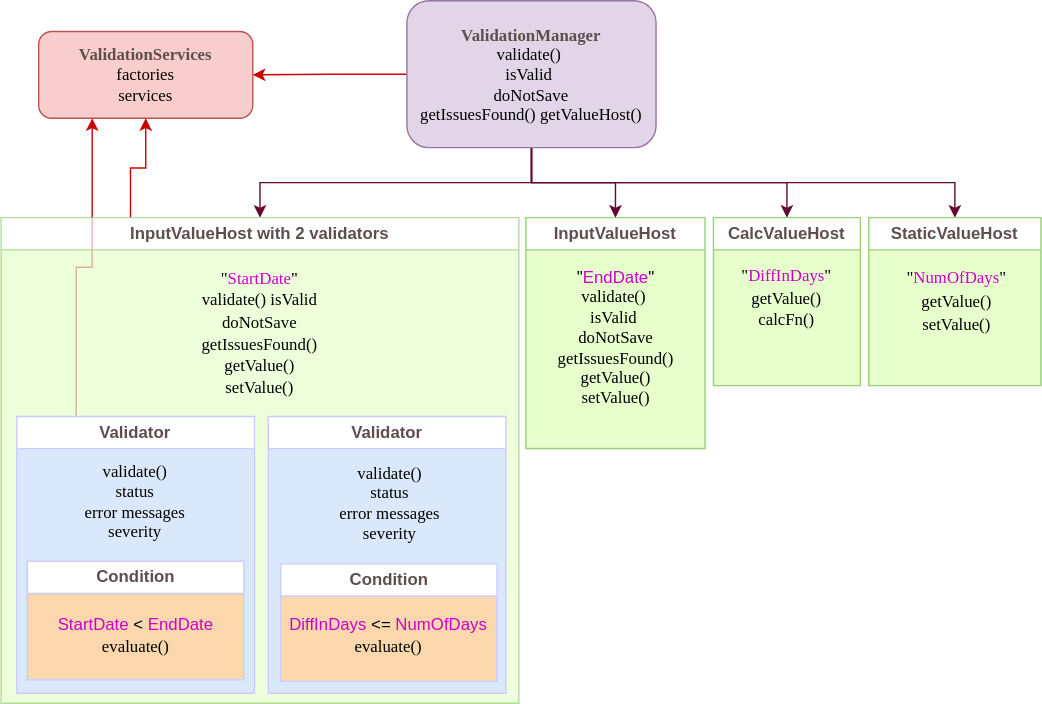
Before: docs/images/Class_overview.svg, a diagram exported from draw.io (plblum/jivs). Source tidied: cells renumbered, new cells last; positions are measured from the earlier drawing's top-left corner, leaving out a move shared by most shapes. Source of this version:
```xml
<mxGraphModel>
  <root>
    <mxCell id="0" />
    <mxCell id="1" parent="0" />
    <mxCell id="2" style="edgeStyle=orthogonalEdgeStyle;rounded=0;jettySize=auto;html=1;exitX=0;exitY=0.75;exitDx=0;exitDy=0;entryX=0.25;entryY=1;entryDx=0;entryDy=0;strokeColor=#CC0000;" parent="1" edge="1" source="16" target="13">
      <mxGeometry relative="1" as="geometry" />
    </mxCell>
    <mxCell id="3" value="CalcValueHost" style="swimlane;whiteSpace=wrap;html=1;startSize=23;strokeColor=#97D077;fontColor=#5E4E4E;swimlaneFillColor=#E6FFCC;" parent="1" vertex="1">
      <mxGeometry x="512" y="155" width="105" height="120" as="geometry" />
    </mxCell>
    <mxCell id="4" value="&lt;p style=&quot;line-height: 130%;&quot;&gt;&quot;&lt;font color=&quot;#cc00cc&quot;&gt;DiffInDays&lt;/font&gt;&quot;&lt;br&gt;&lt;font face=&quot;Lucida Console&quot;&gt;getValue()&lt;br&gt;&lt;/font&gt;calcFn()&lt;font face=&quot;Lucida Console&quot;&gt;&lt;br&gt;&lt;/font&gt;&lt;/p&gt;" style="rounded=0;whiteSpace=wrap;html=1;shadow=0;comic=0;labelBackgroundColor=none;strokeWidth=1;fontFamily=Verdana;fontSize=12;align=center;fillColor=none;strokeColor=none;" parent="3" vertex="1">
      <mxGeometry x="8" y="28" width="89" height="59" as="geometry" />
    </mxCell>
    <mxCell id="5" value="&lt;font&gt;InputValueHost&lt;/font&gt;" style="swimlane;whiteSpace=wrap;html=1;strokeColor=#97D077;fontColor=#5E4E4E;swimlaneFillColor=#E6FFCC;" parent="1" vertex="1">
      <mxGeometry x="378" y="155" width="128" height="165" as="geometry" />
    </mxCell>
    <mxCell id="6" value="&quot;&lt;font color=&quot;#cc00cc&quot;&gt;EndDate&lt;/font&gt;&quot;&lt;br&gt;&lt;font face=&quot;Lucida Console&quot;&gt;validate()&amp;nbsp;&lt;/font&gt;&lt;div&gt;&lt;font face=&quot;Lucida Console&quot;&gt;isValid&amp;nbsp;&lt;/font&gt;&lt;/div&gt;&lt;div&gt;&lt;font face=&quot;Lucida Console&quot;&gt;doNotSave getIssuesFound()&lt;br&gt;getValue()&lt;br&gt;setValue()&lt;/font&gt;&lt;br&gt;&lt;/div&gt;" style="rounded=0;html=1;shadow=0;comic=0;strokeWidth=1;align=center;fillColor=none;strokeColor=none;whiteSpace=wrap;spacing=2;verticalAlign=top;" parent="5" vertex="1">
      <mxGeometry x="3.5" y="29" width="121" height="113" as="geometry" />
    </mxCell>
    <mxCell id="7" style="edgeStyle=orthogonalEdgeStyle;rounded=0;jettySize=auto;html=1;exitX=0.5;exitY=1;exitDx=0;exitDy=0;entryX=0.5;entryY=0;entryDx=0;entryDy=0;strokeColor=#660831;" parent="1" edge="1" source="12" target="15">
      <mxGeometry relative="1" as="geometry" />
    </mxCell>
    <mxCell id="8" style="edgeStyle=orthogonalEdgeStyle;rounded=0;jettySize=auto;html=1;exitX=0.5;exitY=1;exitDx=0;exitDy=0;entryX=0.5;entryY=0;entryDx=0;entryDy=0;strokeColor=#660831;" parent="1" edge="1" source="12" target="5">
      <mxGeometry relative="1" as="geometry" />
    </mxCell>
    <mxCell id="9" style="edgeStyle=orthogonalEdgeStyle;rounded=0;jettySize=auto;html=1;exitX=0.5;exitY=1;exitDx=0;exitDy=0;entryX=0.5;entryY=0;entryDx=0;entryDy=0;strokeColor=#660831;" parent="1" edge="1" source="12" target="3">
      <mxGeometry relative="1" as="geometry" />
    </mxCell>
    <mxCell id="10" style="edgeStyle=orthogonalEdgeStyle;rounded=0;jettySize=auto;html=1;exitX=0.5;exitY=1;exitDx=0;exitDy=0;entryX=0.5;entryY=0;entryDx=0;entryDy=0;strokeColor=#660831;" parent="1" edge="1" source="12" target="25">
      <mxGeometry relative="1" as="geometry" />
    </mxCell>
    <mxCell id="11" style="edgeStyle=orthogonalEdgeStyle;rounded=0;jettySize=auto;html=1;exitX=0;exitY=0.5;exitDx=0;exitDy=0;strokeColor=#CC0000;" parent="1" edge="1" source="12" target="13">
      <mxGeometry relative="1" as="geometry" />
    </mxCell>
    <mxCell id="12" value="&lt;font color=&quot;#5e4e4e&quot; face=&quot;Verdana&quot;&gt;&lt;b&gt;ValidationManager&lt;/b&gt;&lt;/font&gt;&lt;br&gt;validate()&amp;nbsp;&lt;br&gt;isValid&amp;nbsp;&lt;br&gt;doNotSave&lt;br&gt;getIssuesFound() getValueHost()" style="whiteSpace=wrap;rounded=1;comic=0;labelBackgroundColor=none;strokeWidth=1;fontFamily=Lucida Console;fontSize=12;align=center;fillColor=#e1d5e7;strokeColor=#9673a6;html=1;" parent="1" vertex="1">
      <mxGeometry x="293" width="178" height="105" as="geometry" />
    </mxCell>
    <mxCell id="13" value="&lt;b style=&quot;color: rgb(94, 78, 78);&quot;&gt;ValidationServices&lt;/b&gt;&lt;br&gt;factories&lt;br&gt;services" style="whiteSpace=wrap;html=1;rounded=1;shadow=0;comic=0;labelBackgroundColor=none;strokeWidth=1;fontFamily=Verdana;fontSize=12;align=center;fillColor=#f8cecc;strokeColor=#b85450;" parent="1" vertex="1">
      <mxGeometry x="29.9" y="22" width="153" height="62" as="geometry" />
    </mxCell>
    <mxCell id="14" style="edgeStyle=orthogonalEdgeStyle;rounded=0;jettySize=auto;html=1;exitX=0.25;exitY=0;exitDx=0;exitDy=0;entryX=0.5;entryY=1;entryDx=0;entryDy=0;strokeColor=#CC0000;" parent="1" edge="1" source="15" target="13">
      <mxGeometry relative="1" as="geometry" />
    </mxCell>
    <mxCell id="15" value="&lt;font color=&quot;#5e4e4e&quot;&gt;InputValueHost with 2 validators&lt;/font&gt;" style="swimlane;whiteSpace=wrap;html=1;strokeColor=#97D077;fontColor=#006600;opacity=70;swimlaneFillColor=#E6FFCC;" parent="1" vertex="1">
      <mxGeometry x="3" y="155" width="370" height="347" as="geometry" />
    </mxCell>
    <mxCell id="16" value="Validator" style="swimlane;horizontal=0;whiteSpace=wrap;html=1;rotation=90;strokeColor=#CCCCFF;fontColor=#5E4E4E;swimlaneFillColor=#DAE8FC;" parent="15" vertex="1">
      <mxGeometry x="-2.7" y="156" width="197.7" height="169.8" as="geometry" />
    </mxCell>
    <mxCell id="17" value="&lt;div&gt;Condition&lt;/div&gt;" style="swimlane;horizontal=0;whiteSpace=wrap;html=1;rotation=90;strokeColor=#CCCCFF;fontColor=#5E4E4E;startSize=23;swimlaneFillColor=#FAD7AC;" parent="15" vertex="1">
      <mxGeometry x="53.8" y="210.6" width="84.7" height="154.6" as="geometry" />
    </mxCell>
    <mxCell id="18" value="&lt;p style=&quot;line-height: 130%;&quot;&gt;&lt;font color=&quot;#cc00cc&quot;&gt;StartDate &lt;/font&gt;&amp;lt; &lt;font color=&quot;#cc00cc&quot;&gt;EndDate&lt;/font&gt;&lt;br&gt;&lt;font face=&quot;Lucida Console&quot;&gt;evaluate()&lt;/font&gt;&lt;/p&gt;" style="whiteSpace=wrap;html=1;rotation=0;fillColor=none;strokeColor=none;rounded=0;" parent="17" vertex="1">
      <mxGeometry x="-25.5" y="69.9" width="137" height="37" as="geometry" />
    </mxCell>
    <mxCell id="19" value="validate()&#10;status&#10;error messages&#10;severity" style="whiteSpace=wrap;rounded=0;shadow=0;comic=0;labelBackgroundColor=none;strokeWidth=1;fontFamily=Lucida Console;fontSize=12;align=center;rotation=0;fillColor=none;strokeColor=none;" parent="15" vertex="1">
      <mxGeometry x="34.3" y="166.4" width="123.5" height="72.6" as="geometry" />
    </mxCell>
    <mxCell id="20" value="&lt;p style=&quot;line-height: 130%;&quot;&gt;&quot;&lt;font color=&quot;#cc00cc&quot;&gt;StartDate&lt;/font&gt;&quot;&lt;br&gt;&lt;font face=&quot;Lucida Console&quot;&gt;validate() isValid doNotSave getIssuesFound()&lt;br&gt;getValue()&lt;br&gt;setValue()&lt;br&gt;&lt;/font&gt;&lt;/p&gt;" style="rounded=0;whiteSpace=wrap;html=1;shadow=0;comic=0;labelBackgroundColor=none;strokeWidth=1;fontFamily=Verdana;fontSize=12;align=center;fillColor=none;strokeColor=none;" parent="15" vertex="1">
      <mxGeometry x="125" y="23" width="120" height="120" as="geometry" />
    </mxCell>
    <mxCell id="21" value="Validator" style="swimlane;horizontal=0;whiteSpace=wrap;html=1;rotation=90;strokeColor=#CCCCFF;fontColor=#5E4E4E;swimlaneFillColor=#DAE8FC;" parent="1" vertex="1">
      <mxGeometry x="180" y="311" width="197.7" height="169.8" as="geometry" />
    </mxCell>
    <mxCell id="22" value="&lt;div&gt;Condition&lt;/div&gt;" style="swimlane;horizontal=0;whiteSpace=wrap;html=1;rotation=90;strokeColor=#CCCCFF;fontColor=#5E4E4E;startSize=23;swimlaneFillColor=#FAD7AC;" parent="21" vertex="1">
      <mxGeometry x="58.1" y="56.1" width="84" height="154.6" as="geometry" />
    </mxCell>
    <mxCell id="23" value="&lt;p style=&quot;line-height: 130%;&quot;&gt;&lt;font color=&quot;#cc00cc&quot;&gt;DiffInDays &lt;/font&gt;&amp;lt;= &lt;font color=&quot;#cc00cc&quot;&gt;NumOfDays&lt;/font&gt;&lt;br&gt;&lt;font face=&quot;Lucida Console&quot;&gt;evaluate()&lt;/font&gt;&lt;/p&gt;" style="whiteSpace=wrap;html=1;rotation=0;fillColor=none;strokeColor=none;rounded=0;" parent="22" vertex="1">
      <mxGeometry x="-30.1" y="68.4" width="144" height="37" as="geometry" />
    </mxCell>
    <mxCell id="24" value="validate()&#10;status&#10;error messages&#10;severity" style="whiteSpace=wrap;rounded=0;shadow=0;comic=0;labelBackgroundColor=none;strokeWidth=1;fontFamily=Lucida Console;fontSize=12;align=center;rotation=0;fillColor=none;strokeColor=none;" parent="21" vertex="1">
      <mxGeometry x="39" y="10.4" width="123.5" height="75.6" as="geometry" />
    </mxCell>
    <mxCell id="25" value="StaticValueHost" style="swimlane;whiteSpace=wrap;html=1;strokeColor=#97D077;swimlaneLine=1;fontColor=#5E4E4E;swimlaneFillColor=#E6FFCC;" parent="1" vertex="1">
      <mxGeometry x="623" y="155" width="123" height="120" as="geometry" />
    </mxCell>
    <mxCell id="26" value="&lt;p style=&quot;line-height: 140%;&quot;&gt;&quot;&lt;font color=&quot;#cc00cc&quot;&gt;NumOfDays&lt;/font&gt;&quot;&lt;br&gt;&lt;font face=&quot;Lucida Console&quot;&gt;getValue()&lt;br style=&quot;border-color: var(--border-color);&quot;&gt;&lt;/font&gt;&lt;span style=&quot;font-family: &amp;quot;Lucida Console&amp;quot;;&quot;&gt;setValue()&lt;/span&gt;&lt;/p&gt;" style="rounded=0;whiteSpace=wrap;html=1;shadow=0;comic=0;labelBackgroundColor=none;strokeWidth=1;fontFamily=Verdana;fontSize=12;align=center;fillColor=none;strokeColor=none;" parent="25" vertex="1">
      <mxGeometry x="16" y="30" width="94" height="59" as="geometry" />
    </mxCell>
  </root>
</mxGraphModel>
```
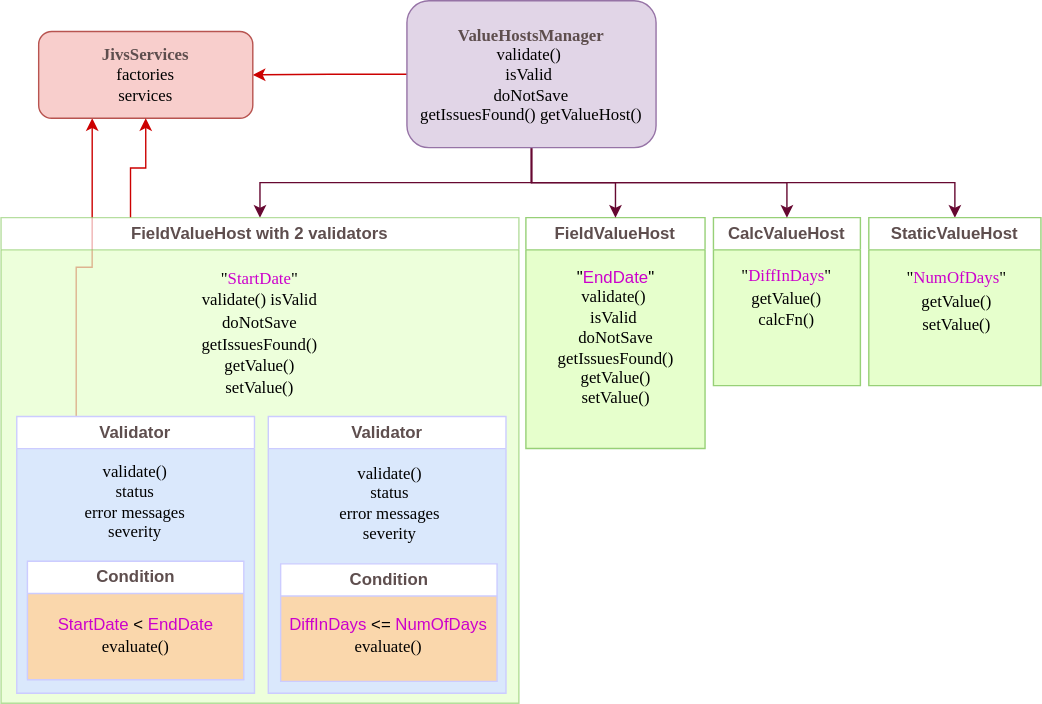
The same diagram one commit later.

What changed in the source:
```diff
@@ -11,7 +11,7 @@
     <mxCell id="4" value="&lt;p style=&quot;line-height: 130%;&quot;&gt;&quot;&lt;font color=&quot;#cc00cc&quot;&gt;DiffInDays&lt;/font&gt;&quot;&lt;br&gt;&lt;font face=&quot;Lucida Console&quot;&gt;getValue()&lt;br&gt;&lt;/font&gt;calcFn()&lt;font face=&quot;Lucida Console&quot;&gt;&lt;br&gt;&lt;/font&gt;&lt;/p&gt;" style="rounded=0;whiteSpace=wrap;html=1;shadow=0;comic=0;labelBackgroundColor=none;strokeWidth=1;fontFamily=Verdana;fontSize=12;align=center;fillColor=none;strokeColor=none;" parent="3" vertex="1">
       <mxGeometry x="8" y="28" width="89" height="59" as="geometry" />
     </mxCell>
-    <mxCell id="5" value="&lt;font&gt;InputValueHost&lt;/font&gt;" style="swimlane;whiteSpace=wrap;html=1;strokeColor=#97D077;fontColor=#5E4E4E;swimlaneFillColor=#E6FFCC;" parent="1" vertex="1">
+    <mxCell id="5" value="&lt;font&gt;FieldValueHost&lt;/font&gt;" style="swimlane;whiteSpace=wrap;html=1;strokeColor=#97D077;fontColor=#5E4E4E;swimlaneFillColor=#E6FFCC;" parent="1" vertex="1">
       <mxGeometry x="378" y="155" width="128" height="165" as="geometry" />
     </mxCell>
     <mxCell id="6" value="&quot;&lt;font color=&quot;#cc00cc&quot;&gt;EndDate&lt;/font&gt;&quot;&lt;br&gt;&lt;font face=&quot;Lucida Console&quot;&gt;validate()&amp;nbsp;&lt;/font&gt;&lt;div&gt;&lt;font face=&quot;Lucida Console&quot;&gt;isValid&amp;nbsp;&lt;/font&gt;&lt;/div&gt;&lt;div&gt;&lt;font face=&quot;Lucida Console&quot;&gt;doNotSave getIssuesFound()&lt;br&gt;getValue()&lt;br&gt;setValue()&lt;/font&gt;&lt;br&gt;&lt;/div&gt;" style="rounded=0;html=1;shadow=0;comic=0;strokeWidth=1;align=center;fillColor=none;strokeColor=none;whiteSpace=wrap;spacing=2;verticalAlign=top;" parent="5" vertex="1">
@@ -32,16 +32,16 @@
     <mxCell id="11" style="edgeStyle=orthogonalEdgeStyle;rounded=0;jettySize=auto;html=1;exitX=0;exitY=0.5;exitDx=0;exitDy=0;strokeColor=#CC0000;" parent="1" edge="1" source="12" target="13">
       <mxGeometry relative="1" as="geometry" />
     </mxCell>
-    <mxCell id="12" value="&lt;font color=&quot;#5e4e4e&quot; face=&quot;Verdana&quot;&gt;&lt;b&gt;ValidationManager&lt;/b&gt;&lt;/font&gt;&lt;br&gt;validate()&amp;nbsp;&lt;br&gt;isValid&amp;nbsp;&lt;br&gt;doNotSave&lt;br&gt;getIssuesFound() getValueHost()" style="whiteSpace=wrap;rounded=1;comic=0;labelBackgroundColor=none;strokeWidth=1;fontFamily=Lucida Console;fontSize=12;align=center;fillColor=#e1d5e7;strokeColor=#9673a6;html=1;" parent="1" vertex="1">
+    <mxCell id="12" value="&lt;font color=&quot;#5e4e4e&quot; face=&quot;Verdana&quot;&gt;&lt;b&gt;ValueHostsManager&lt;/b&gt;&lt;/font&gt;&lt;br&gt;validate()&amp;nbsp;&lt;br&gt;isValid&amp;nbsp;&lt;br&gt;doNotSave&lt;br&gt;getIssuesFound() getValueHost()" style="whiteSpace=wrap;rounded=1;comic=0;labelBackgroundColor=none;strokeWidth=1;fontFamily=Lucida Console;fontSize=12;align=center;fillColor=#e1d5e7;strokeColor=#9673a6;html=1;" parent="1" vertex="1">
       <mxGeometry x="293" width="178" height="105" as="geometry" />
     </mxCell>
-    <mxCell id="13" value="&lt;b style=&quot;color: rgb(94, 78, 78);&quot;&gt;ValidationServices&lt;/b&gt;&lt;br&gt;factories&lt;br&gt;services" style="whiteSpace=wrap;html=1;rounded=1;shadow=0;comic=0;labelBackgroundColor=none;strokeWidth=1;fontFamily=Verdana;fontSize=12;align=center;fillColor=#f8cecc;strokeColor=#b85450;" parent="1" vertex="1">
+    <mxCell id="13" value="&lt;b style=&quot;color: rgb(94, 78, 78);&quot;&gt;JivsServices&lt;/b&gt;&lt;br&gt;factories&lt;br&gt;services" style="whiteSpace=wrap;html=1;rounded=1;shadow=0;comic=0;labelBackgroundColor=none;strokeWidth=1;fontFamily=Verdana;fontSize=12;align=center;fillColor=#f8cecc;strokeColor=#b85450;" parent="1" vertex="1">
       <mxGeometry x="29.9" y="22" width="153" height="62" as="geometry" />
     </mxCell>
     <mxCell id="14" style="edgeStyle=orthogonalEdgeStyle;rounded=0;jettySize=auto;html=1;exitX=0.25;exitY=0;exitDx=0;exitDy=0;entryX=0.5;entryY=1;entryDx=0;entryDy=0;strokeColor=#CC0000;" parent="1" edge="1" source="15" target="13">
       <mxGeometry relative="1" as="geometry" />
     </mxCell>
-    <mxCell id="15" value="&lt;font color=&quot;#5e4e4e&quot;&gt;InputValueHost with 2 validators&lt;/font&gt;" style="swimlane;whiteSpace=wrap;html=1;strokeColor=#97D077;fontColor=#006600;opacity=70;swimlaneFillColor=#E6FFCC;" parent="1" vertex="1">
+    <mxCell id="15" value="&lt;font color=&quot;#5e4e4e&quot;&gt;FieldValueHost with 2 validators&lt;/font&gt;" style="swimlane;whiteSpace=wrap;html=1;strokeColor=#97D077;fontColor=#006600;opacity=70;swimlaneFillColor=#E6FFCC;" parent="1" vertex="1">
       <mxGeometry x="3" y="155" width="370" height="347" as="geometry" />
     </mxCell>
     <mxCell id="16" value="Validator" style="swimlane;horizontal=0;whiteSpace=wrap;html=1;rotation=90;strokeColor=#CCCCFF;fontColor=#5E4E4E;swimlaneFillColor=#DAE8FC;" parent="15" vertex="1">
```
